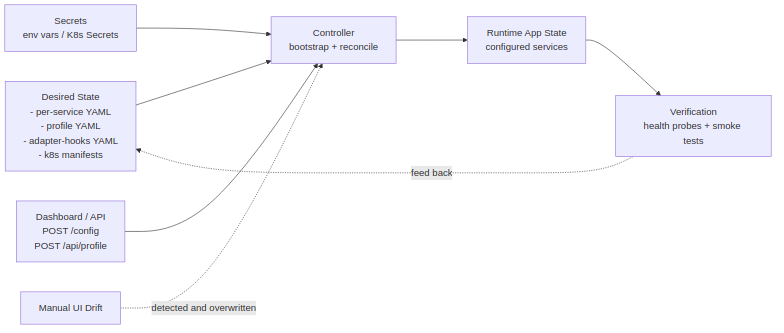
Above: docs/diagrams/source-of-truth-flow.png in mploschiavo/mediaserver (Mermaid), before the change. Its source is kept beside it as docs/diagrams/source-of-truth-flow.mmd.
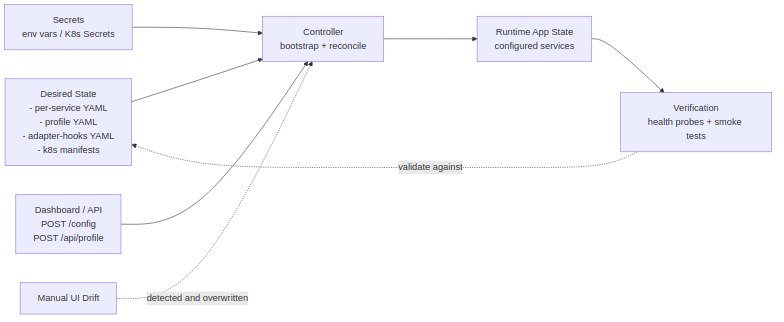
After the change.

The edit, as a diff of the source:
```diff
@@ -11,7 +11,7 @@
   DASH --> CTRL
   CTRL --> RUN
   RUN --> TEST
-  TEST -.feed back.-> SRC
+  TEST -.validate against.-> SRC
 
   DRIFT[Manual UI Drift]
   DRIFT -.detected and overwritten.-> CTRL
```
